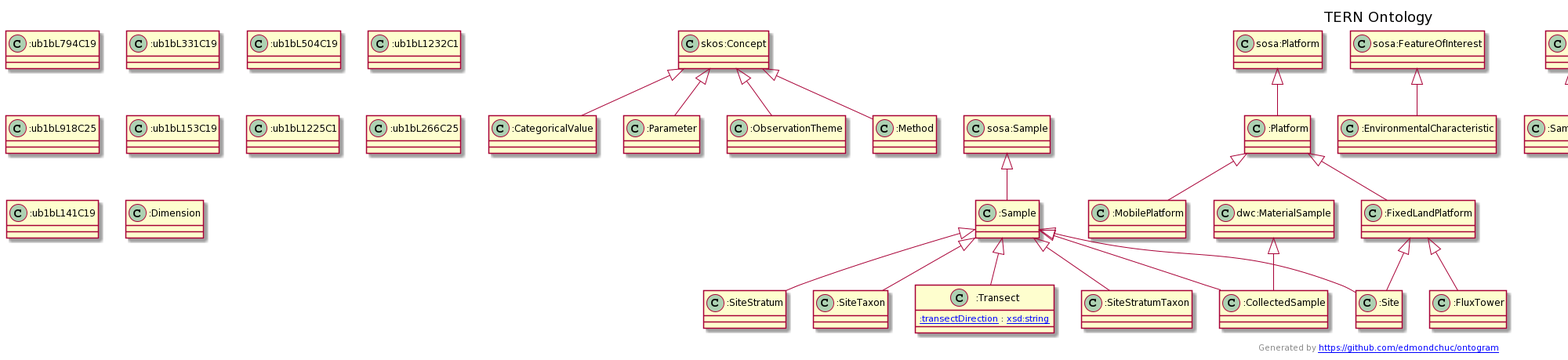
This is docs/tern.ttl.txt.png from ternaustralia/ontology_tern, a PlantUML export, as it was before one commit.
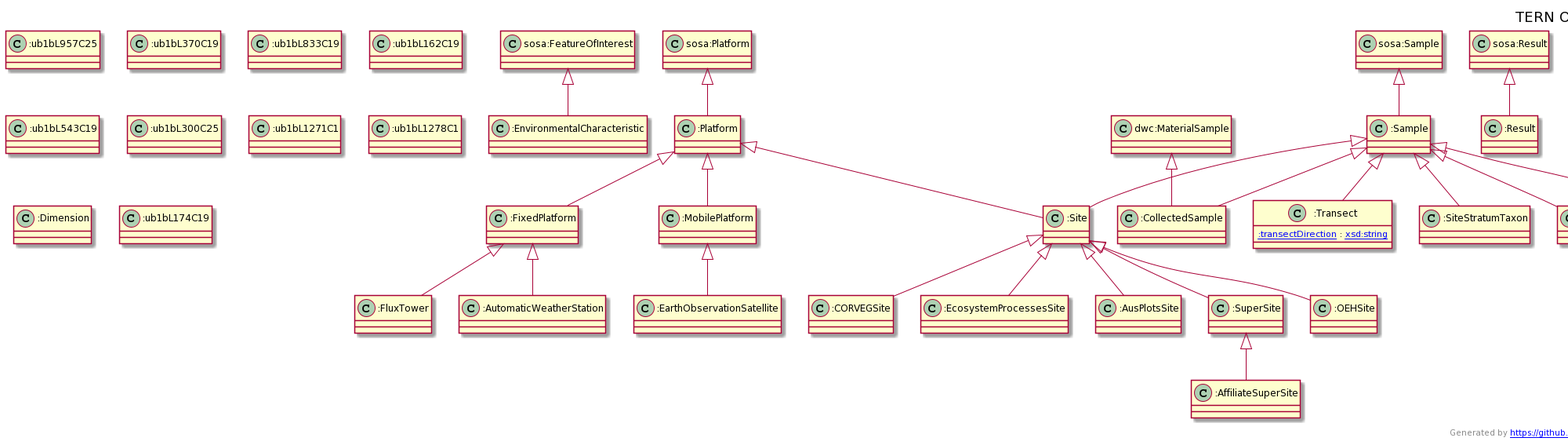
Above is the later version.

Commit message:
Add TERN platforms

Diff of the diagram source:
```diff
@@ -1,109 +1,133 @@
 @startuml
 title TERN Ontology
+"sosa:FeatureOfInterest" <|-- ":EnvironmentalCharacteristic"
+":Sample" <|-- ":SiteStratum"
+"sosa:Result" <|-- ":Result"
+":Platform" <|-- ":MobilePlatform"
+"sosa:Sample" <|-- ":Sample"
+":MobilePlatform" <|-- ":EarthObservationSatellite"
+":Sample" <|-- ":Transect"
+":Site" <|-- ":EcosystemProcessesSite"
+":Platform" <|-- ":FixedPlatform"
+"sosa:Sampler" <|-- ":Sampler"
+"sosa:Sampling" <|-- ":Sampling"
+"prov:Activity" <|-- ":Sampling"
 "skos:Concept" <|-- ":CategoricalValue"
+":Site" <|-- ":AusPlotsSite"
+":FixedPlatform" <|-- ":FluxTower"
+":Sample" <|-- ":Site"
+":Platform" <|-- ":Site"
+"skos:Concept" <|-- ":ObservationTheme"
+"sosa:Observation" <|-- ":Observation"
+"prov:Activity" <|-- ":Observation"
+"ssn:Input" <|-- ":Input"
+"skos:Concept" <|-- ":Method"
 "skos:Concept" <|-- ":Parameter"
-"sosa:Sample" <|-- ":Sample"
 ":Sample" <|-- ":SiteStratumTaxon"
-"sosa:FeatureOfInterest" <|-- ":EnvironmentalCharacteristic"
-"sosa:Platform" <|-- ":Platform"
-"skos:Concept" <|-- ":ObservationTheme"
-":Sample" <|-- ":SiteStratum"
-":Point" <|-- ":SamplingPoint"
-"sosa:Procedure" <|-- ":Procedure"
-"prov:Activity" <|-- ":Observation"
-"sosa:Observation" <|-- ":Observation"
-":Platform" <|-- ":MobilePlatform"
-":Platform" <|-- ":FixedLandPlatform"
-":FixedLandPlatform" <|-- ":Site"
-":Sample" <|-- ":Site"
-"sosa:Result" <|-- ":Result"
-"schema:PropertyValue" <|-- ":PropertyValue"
-":Sample" <|-- ":SiteTaxon"
-":FixedLandPlatform" <|-- ":FluxTower"
-"ssn:Input" <|-- ":Input"
-":Sample" <|-- ":Transect"
-"sosa:ObservableProperty" <|-- ":ObservableProperty"
-"prov:Activity" <|-- ":Sampling"
-"sosa:Sampling" <|-- ":Sampling"
-"prov:Activity" <|-- ":SiteVisit"
-"skos:Concept" <|-- ":Method"
-"sosa:Sampler" <|-- ":Sampler"
+":SuperSite" <|-- ":AffiliateSuperSite"
 ":Sample" <|-- ":CollectedSample"
 "dwc:MaterialSample" <|-- ":CollectedSample"
-Class ":ub1bL794C19" [[ub1bL794C19]] {
+":Site" <|-- ":OEHSite"
+"sosa:Procedure" <|-- ":Procedure"
+"sosa:ObservableProperty" <|-- ":ObservableProperty"
+"sosa:Platform" <|-- ":Platform"
+"schema:PropertyValue" <|-- ":PropertyValue"
+":FixedPlatform" <|-- ":AutomaticWeatherStation"
+"prov:Activity" <|-- ":SiteVisit"
+":Site" <|-- ":CORVEGSite"
+":Point" <|-- ":SamplingPoint"
+":Site" <|-- ":SuperSite"
+":Sample" <|-- ":SiteTaxon"
+Class ":EnvironmentalCharacteristic" [[https://w3id.org/tern/ontologies/tern/EnvironmentalCharacteristic]] {
 }
-Class ":CategoricalValue" [[https://w3id.org/tern/ontologies/tern/CategoricalValue]] {
+Class ":SiteStratum" [[https://w3id.org/tern/ontologies/tern/SiteStratum]] {
 }
-Class ":Parameter" [[https://w3id.org/tern/ontologies/tern/Parameter]] {
+Class ":Result" [[https://w3id.org/tern/ontologies/tern/Result]] {
 }
-Class "dwc:MaterialSample" [[http://rs.tdwg.org/dwc/terms/MaterialSample]] {
+Class ":MobilePlatform" [[https://w3id.org/tern/ontologies/tern/MobilePlatform]] {
 }
 Class ":Sample" [[https://w3id.org/tern/ontologies/tern/Sample]] {
 }
-Class ":SiteStratumTaxon" [[https://w3id.org/tern/ontologies/tern/SiteStratumTaxon]] {
-}
-Class ":EnvironmentalCharacteristic" [[https://w3id.org/tern/ontologies/tern/EnvironmentalCharacteristic]] {
-}
-Class ":Platform" [[https://w3id.org/tern/ontologies/tern/Platform]] {
-}
-Class ":ObservationTheme" [[https://w3id.org/tern/ontologies/tern/ObservationTheme]] {
-}
-Class ":SiteStratum" [[https://w3id.org/tern/ontologies/tern/SiteStratum]] {
-}
-Class ":ub1bL331C19" [[ub1bL331C19]] {
-}
-Class ":SamplingPoint" [[https://w3id.org/tern/ontologies/tern/SamplingPoint]] {
-}
-Class ":Procedure" [[https://w3id.org/tern/ontologies/tern/Procedure]] {
-}
-Class ":Observation" [[https://w3id.org/tern/ontologies/tern/Observation]] {
-}
-Class ":ub1bL504C19" [[ub1bL504C19]] {
-}
-Class ":ub1bL1232C1" [[ub1bL1232C1]] {
-}
-Class ":ub1bL918C25" [[ub1bL918C25]] {
-}
-Class ":MobilePlatform" [[https://w3id.org/tern/ontologies/tern/MobilePlatform]] {
-}
-Class ":FixedLandPlatform" [[https://w3id.org/tern/ontologies/tern/FixedLandPlatform]] {
-}
-Class ":Site" [[https://w3id.org/tern/ontologies/tern/Site]] {
-}
-Class ":Result" [[https://w3id.org/tern/ontologies/tern/Result]] {
-}
-Class ":PropertyValue" [[https://w3id.org/tern/ontologies/tern/PropertyValue]] {
-}
-Class ":ub1bL153C19" [[ub1bL153C19]] {
-}
-Class ":SiteTaxon" [[https://w3id.org/tern/ontologies/tern/SiteTaxon]] {
-}
-Class ":FluxTower" [[https://w3id.org/tern/ontologies/tern/FluxTower]] {
-}
-Class ":ub1bL1225C1" [[ub1bL1225C1]] {
-}
-Class ":Input" [[https://w3id.org/tern/ontologies/tern/Input]] {
+Class ":EarthObservationSatellite" [[https://w3id.org/tern/ontologies/tern/EarthObservationSatellite]] {
 }
 Class ":Transect" [[https://w3id.org/tern/ontologies/tern/Transect]] {
 [[https://w3id.org/tern/ontologies/tern/transectDirection :transectDirection]] : [[http://www.w3.org/2001/XMLSchema#string xsd:string]]
 }
-Class ":ObservableProperty" [[https://w3id.org/tern/ontologies/tern/ObservableProperty]] {
+Class ":EcosystemProcessesSite" [[https://w3id.org/tern/ontologies/tern/EcosystemProcessesSite]] {
+}
+Class ":FixedPlatform" [[https://w3id.org/tern/ontologies/tern/FixedPlatform]] {
+}
+Class ":Sampler" [[https://w3id.org/tern/ontologies/tern/Sampler]] {
+}
+Class ":ub1bL957C25" [[ub1bL957C25]] {
 }
 Class ":Sampling" [[https://w3id.org/tern/ontologies/tern/Sampling]] {
 }
+Class ":CategoricalValue" [[https://w3id.org/tern/ontologies/tern/CategoricalValue]] {
+}
+Class ":AusPlotsSite" [[https://w3id.org/tern/ontologies/tern/AusPlotsSite]] {
+}
+Class ":FluxTower" [[https://w3id.org/tern/ontologies/tern/FluxTower]] {
+}
+Class ":Site" [[https://w3id.org/tern/ontologies/tern/Site]] {
+}
+Class ":ObservationTheme" [[https://w3id.org/tern/ontologies/tern/ObservationTheme]] {
+}
+Class ":Observation" [[https://w3id.org/tern/ontologies/tern/Observation]] {
+}
+Class ":Input" [[https://w3id.org/tern/ontologies/tern/Input]] {
+}
+Class ":ub1bL370C19" [[ub1bL370C19]] {
+}
+Class ":Method" [[https://w3id.org/tern/ontologies/tern/Method]] {
+}
+Class ":Parameter" [[https://w3id.org/tern/ontologies/tern/Parameter]] {
+}
+Class ":ub1bL833C19" [[ub1bL833C19]] {
+}
+Class ":SiteStratumTaxon" [[https://w3id.org/tern/ontologies/tern/SiteStratumTaxon]] {
+}
+Class ":AffiliateSuperSite" [[https://w3id.org/tern/ontologies/tern/AffiliateSuperSite]] {
+}
+Class ":CollectedSample" [[https://w3id.org/tern/ontologies/tern/CollectedSample]] {
+}
+Class ":ub1bL162C19" [[ub1bL162C19]] {
+}
+Class ":OEHSite" [[https://w3id.org/tern/ontologies/tern/OEHSite]] {
+}
+Class ":Procedure" [[https://w3id.org/tern/ontologies/tern/Procedure]] {
+}
+Class ":ub1bL543C19" [[ub1bL543C19]] {
+}
+Class ":ObservableProperty" [[https://w3id.org/tern/ontologies/tern/ObservableProperty]] {
+}
+Class ":Platform" [[https://w3id.org/tern/ontologies/tern/Platform]] {
+}
+Class ":PropertyValue" [[https://w3id.org/tern/ontologies/tern/PropertyValue]] {
+}
+Class ":AutomaticWeatherStation" [[https://w3id.org/tern/ontologies/tern/AutomaticWeatherStation]] {
+}
 Class ":SiteVisit" [[https://w3id.org/tern/ontologies/tern/SiteVisit]] {
 }
-Class ":ub1bL266C25" [[ub1bL266C25]] {
+Class "dwc:MaterialSample" [[http://rs.tdwg.org/dwc/terms/MaterialSample]] {
 }
-Class ":ub1bL141C19" [[ub1bL141C19]] {
+Class ":ub1bL300C25" [[ub1bL300C25]] {
+}
+Class ":CORVEGSite" [[https://w3id.org/tern/ontologies/tern/CORVEGSite]] {
+}
+Class ":ub1bL1271C1" [[ub1bL1271C1]] {
+}
+Class ":ub1bL1278C1" [[ub1bL1278C1]] {
 }
 Class ":Dimension" [[https://w3id.org/tern/ontologies/tern/Dimension]] {
 }
-Class ":Method" [[https://w3id.org/tern/ontologies/tern/Method]] {
+Class ":ub1bL174C19" [[ub1bL174C19]] {
 }
-Class ":Sampler" [[https://w3id.org/tern/ontologies/tern/Sampler]] {
+Class ":SamplingPoint" [[https://w3id.org/tern/ontologies/tern/SamplingPoint]] {
 }
-Class ":CollectedSample" [[https://w3id.org/tern/ontologies/tern/CollectedSample]] {
+Class ":SuperSite" [[https://w3id.org/tern/ontologies/tern/SuperSite]] {
+}
+Class ":SiteTaxon" [[https://w3id.org/tern/ontologies/tern/SiteTaxon]] {
 }
 header
 Creator: Edmond Chuc (e.chuc@uq.edu.au)
```
